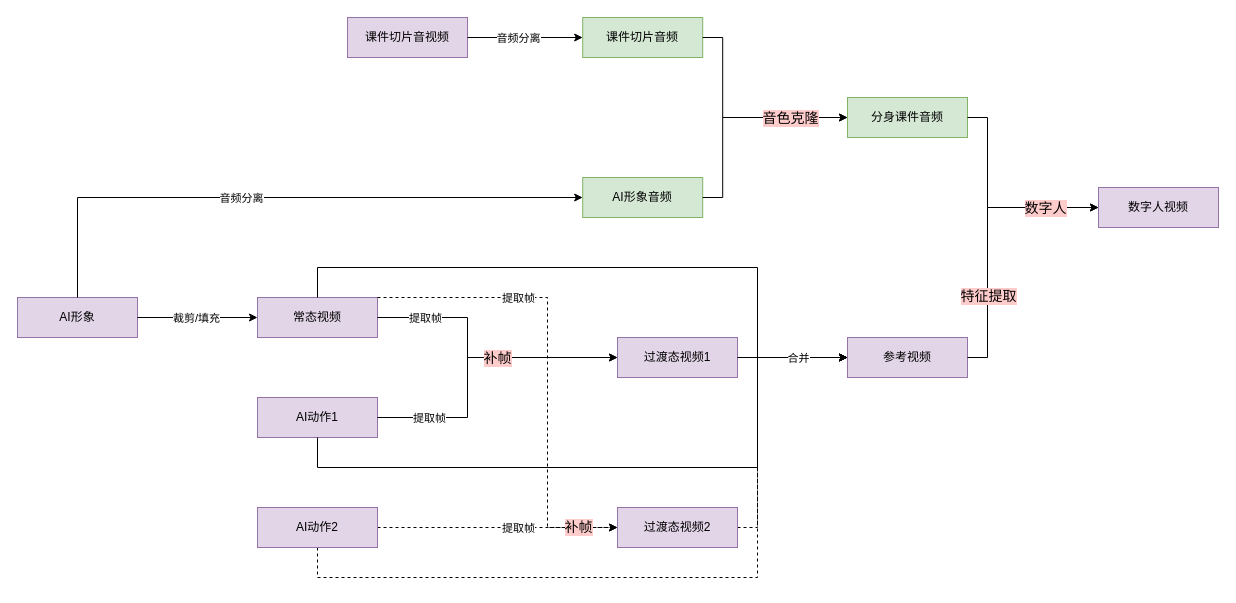
Earlier version of the draw.io diagram page "第 2 页" (2 of 4) of draw.io/数字人1.drawio (straicat/netdisk). Source tidied: cells renumbered, new cells numbered last; positions are measured from the earlier drawing's top-left corner, leaving out a move shared by most shapes. Both pictures are drawn from the tidied source at 100%, with x=0, y=0 at pixel (17, 17).
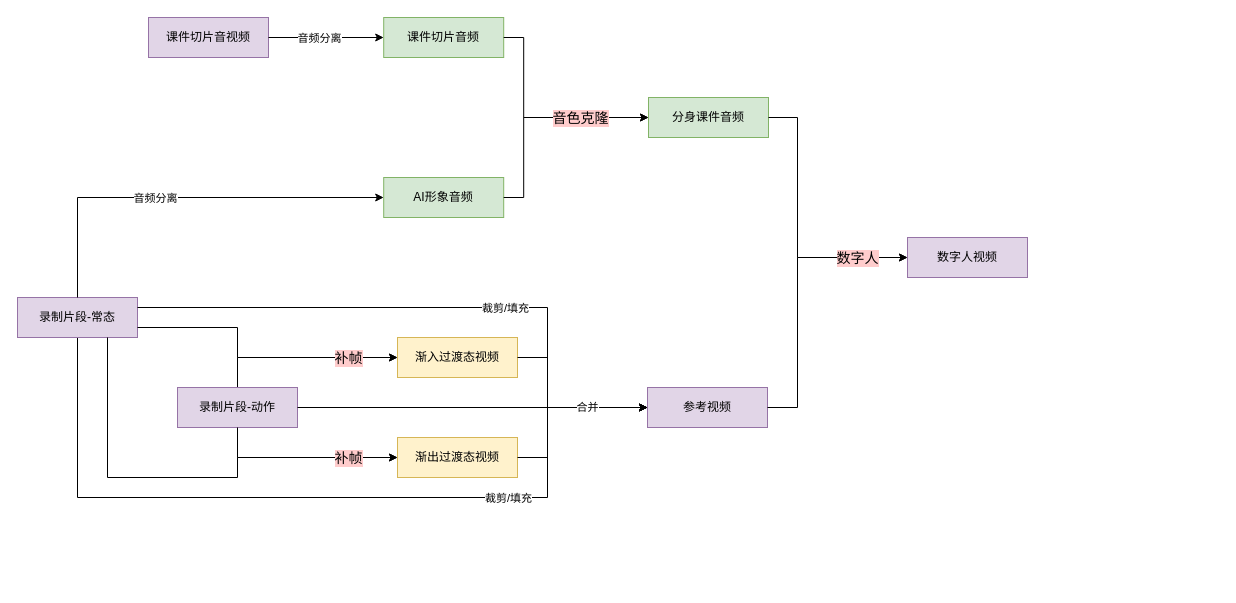
Above is the later version.

Commit message:
更新数字人1.drawio

Change to the diagram source:
```diff
@@
-    <mxCell id="2" style="endArrow=classic;html=1;rounded=0;exitX=1;exitY=0.5;exitDx=0;exitDy=0;entryX=0;entryY=0.5;entryDx=0;entryDy=0;dashed=1;" parent="1" edge="1" source="38" target="17">
-      <mxGeometry relative="1" as="geometry">
-        <Array as="points">
-          <mxPoint x="740" y="510" />
-          <mxPoint x="740" y="340" />
-        </Array>
-      </mxGeometry>
-    </mxCell>
-    <mxCell id="3" style="endArrow=classic;html=1;rounded=0;entryX=0;entryY=0.5;entryDx=0;entryDy=0;exitX=0.5;exitY=1;exitDx=0;exitDy=0;dashed=1;" parent="1" edge="1" source="27" target="17">
-      <mxGeometry relative="1" as="geometry">
-        <Array as="points">
-          <mxPoint x="300" y="560" />
-          <mxPoint x="740" y="560" />
-          <mxPoint x="740" y="340" />
-        </Array>
-      </mxGeometry>
-    </mxCell>
-    <mxCell id="4" style="endArrow=classic;html=1;rounded=0;exitX=1;exitY=0.5;exitDx=0;exitDy=0;entryX=0;entryY=0.5;entryDx=0;entryDy=0;dashed=1;" parent="1" edge="1" source="27" target="38">
-      <mxGeometry relative="1" as="geometry" />
-    </mxCell>
+    <mxCell id="43" style="endArrow=classic;html=1;rounded=0;exitX=0.5;exitY=1;exitDx=0;exitDy=0;entryX=0;entryY=0.5;entryDx=0;entryDy=0;" parent="1" edge="1" source="6" target="17">
+      <mxGeometry relative="1" as="geometry">
+        <Array as="points">
+          <mxPoint x="60" y="480" />
+          <mxPoint x="530" y="480" />
+          <mxPoint x="530" y="390" />
+        </Array>
+      </mxGeometry>
+    </mxCell>
+    <mxCell id="12" style="endArrow=classic;html=1;rounded=0;exitX=0.5;exitY=0;exitDx=0;exitDy=0;entryX=0;entryY=0.5;entryDx=0;entryDy=0;" parent="1" edge="1" source="7" target="8">
+      <mxGeometry relative="1" as="geometry">
+        <Array as="points">
+          <mxPoint x="220" y="340" />
+        </Array>
+      </mxGeometry>
+    </mxCell>
     <mxCell id="5" value="分身课件音频" style="rounded=0;whiteSpace=wrap;html=1;fillColor=#d5e8d4;strokeColor=#82b366;" parent="1" vertex="1">
-      <mxGeometry x="830" y="80" width="120" height="40" as="geometry" />
+      <mxGeometry x="631" y="80" width="120" height="40" as="geometry" />
     </mxCell>
-    <mxCell id="6" value="AI形象" style="rounded=0;whiteSpace=wrap;html=1;fillColor=#e1d5e7;strokeColor=#9673a6;" parent="1" vertex="1">
+    <mxCell id="6" value="录制片段-常态" style="rounded=0;whiteSpace=wrap;html=1;fillColor=#e1d5e7;strokeColor=#9673a6;" parent="1" vertex="1">
       <mxGeometry y="280" width="120" height="40" as="geometry" />
     </mxCell>
-    <mxCell id="7" value="AI动作1" style="rounded=0;whiteSpace=wrap;html=1;fillColor=#e1d5e7;strokeColor=#9673a6;" parent="1" vertex="1">
-      <mxGeometry x="240" y="380" width="120" height="40" as="geometry" />
+    <mxCell id="7" value="录制片段-动作" style="rounded=0;whiteSpace=wrap;html=1;fillColor=#e1d5e7;strokeColor=#9673a6;" parent="1" vertex="1">
+      <mxGeometry x="160" y="370" width="120" height="40" as="geometry" />
     </mxCell>
-    <mxCell id="8" value="过渡态视频1" style="rounded=0;whiteSpace=wrap;html=1;fillColor=#e1d5e7;strokeColor=#9673a6;" parent="1" vertex="1">
-      <mxGeometry x="600" y="320" width="120" height="40" as="geometry" />
+    <mxCell id="8" value="渐入过渡态视频" style="rounded=0;whiteSpace=wrap;html=1;fillColor=#fff2cc;strokeColor=#d6b656;" parent="1" vertex="1">
+      <mxGeometry x="380" y="320" width="120" height="40" as="geometry" />
     </mxCell>
-    <mxCell id="9" value="常态视频" style="rounded=0;whiteSpace=wrap;html=1;fillColor=#e1d5e7;strokeColor=#9673a6;" parent="1" vertex="1">
-      <mxGeometry x="240" y="280" width="120" height="40" as="geometry" />
-    </mxCell>
-    <mxCell id="10" style="endArrow=classic;html=1;rounded=0;exitX=1;exitY=0.5;exitDx=0;exitDy=0;entryX=0;entryY=0.5;entryDx=0;entryDy=0;" parent="1" edge="1" source="6" target="9">
-      <mxGeometry relative="1" as="geometry" />
-    </mxCell>
-    <mxCell id="11" value="裁剪/填充" style="edgeLabel;html=1;align=center;verticalAlign=middle;" parent="10" vertex="1">
-      <mxGeometry x="-0.2" relative="1" as="geometry">
-        <mxPoint x="10" as="offset" />
-      </mxGeometry>
-    </mxCell>
-    <mxCell id="12" style="endArrow=classic;html=1;rounded=0;exitX=1;exitY=0.5;exitDx=0;exitDy=0;entryX=0;entryY=0.5;entryDx=0;entryDy=0;" parent="1" edge="1" source="7" target="8">
-      <mxGeometry relative="1" as="geometry">
-        <Array as="points">
-          <mxPoint x="450" y="400" />
-          <mxPoint x="450" y="340" />
-        </Array>
-      </mxGeometry>
-    </mxCell>
-    <mxCell id="13" value="提取帧" style="edgeLabel;html=1;align=center;verticalAlign=middle;" parent="12" vertex="1">
-      <mxGeometry x="-0.49" y="3" relative="1" as="geometry">
-        <mxPoint x="-26" y="3" as="offset" />
-      </mxGeometry>
-    </mxCell>
-    <mxCell id="14" style="endArrow=classic;html=1;rounded=0;exitX=1;exitY=0.5;exitDx=0;exitDy=0;entryX=0;entryY=0.5;entryDx=0;entryDy=0;" parent="1" edge="1" source="9" target="8">
-      <mxGeometry relative="1" as="geometry">
-        <Array as="points">
-          <mxPoint x="450" y="300" />
-          <mxPoint x="450" y="340" />
-        </Array>
-      </mxGeometry>
-    </mxCell>
-    <mxCell id="15" value="提取帧" style="edgeLabel;html=1;align=center;verticalAlign=middle;" parent="14" vertex="1">
-      <mxGeometry x="-0.8" y="-1" relative="1" as="geometry">
-        <mxPoint x="19" y="-1" as="offset" />
-      </mxGeometry>
-    </mxCell>
-    <mxCell id="16" value="补帧" style="edgeLabel;html=1;align=center;verticalAlign=middle;labelBackgroundColor=#FFCCCC;fontSize=14;" parent="14" vertex="1">
-      <mxGeometry x="0.31" relative="1" as="geometry">
-        <mxPoint x="-24" as="offset" />
-      </mxGeometry>
-    </mxCell>
     <mxCell id="17" value="参考视频" style="rounded=0;whiteSpace=wrap;html=1;fillColor=#e1d5e7;strokeColor=#9673a6;" parent="1" vertex="1">
-      <mxGeometry x="830" y="320" width="120" height="40" as="geometry" />
+      <mxGeometry x="630" y="370" width="120" height="40" as="geometry" />
     </mxCell>
-    <mxCell id="18" style="endArrow=classic;html=1;rounded=0;exitX=0.5;exitY=0;exitDx=0;exitDy=0;entryX=0;entryY=0.5;entryDx=0;entryDy=0;" parent="1" edge="1" source="9" target="17">
-      <mxGeometry relative="1" as="geometry">
-        <Array as="points">
-          <mxPoint x="300" y="250" />
-          <mxPoint x="740" y="250" />
-          <mxPoint x="740" y="340" />
-        </Array>
-      </mxGeometry>
-    </mxCell>
-    <mxCell id="19" style="endArrow=classic;html=1;rounded=0;entryX=0;entryY=0.5;entryDx=0;entryDy=0;exitX=0.5;exitY=1;exitDx=0;exitDy=0;" parent="1" edge="1" source="7" target="17">
-      <mxGeometry relative="1" as="geometry">
-        <Array as="points">
-          <mxPoint x="300" y="450" />
-          <mxPoint x="740" y="450" />
-          <mxPoint x="740" y="340" />
-        </Array>
-      </mxGeometry>
-    </mxCell>
-    <mxCell id="20" style="endArrow=classic;html=1;rounded=0;exitX=1;exitY=0.5;exitDx=0;exitDy=0;entryX=0;entryY=0.5;entryDx=0;entryDy=0;" parent="1" edge="1" source="8" target="17">
-      <mxGeometry relative="1" as="geometry" />
-    </mxCell>
-    <mxCell id="21" value="合并" style="edgeLabel;html=1;align=center;verticalAlign=middle;" parent="20" vertex="1">
-      <mxGeometry x="-0.04" y="3" relative="1" as="geometry">
-        <mxPoint x="7" y="3" as="offset" />
-      </mxGeometry>
-    </mxCell>
     <mxCell id="22" value="数字人视频" style="rounded=0;whiteSpace=wrap;html=1;fillColor=#e1d5e7;strokeColor=#9673a6;" parent="1" vertex="1">
-      <mxGeometry x="1081" y="170" width="120" height="40" as="geometry" />
+      <mxGeometry x="890" y="220" width="120" height="40" as="geometry" />
     </mxCell>
     <mxCell id="23" style="endArrow=classic;html=1;rounded=0;exitX=1;exitY=0.5;exitDx=0;exitDy=0;entryX=0;entryY=0.5;entryDx=0;entryDy=0;" parent="1" edge="1" source="5" target="22">
       <mxGeometry relative="1" as="geometry">
         <Array as="points">
-          <mxPoint x="970" y="100" />
-          <mxPoint x="970" y="190" />
+          <mxPoint x="780" y="100" />
+          <mxPoint x="780" y="240" />
         </Array>
       </mxGeometry>
     </mxCell>
     <mxCell id="24" style="endArrow=classic;html=1;rounded=0;exitX=1;exitY=0.5;exitDx=0;exitDy=0;entryX=0;entryY=0.5;entryDx=0;entryDy=0;" parent="1" edge="1" source="17" target="22">
       <mxGeometry relative="1" as="geometry">
         <Array as="points">
-          <mxPoint x="970" y="340" />
-          <mxPoint x="970" y="190" />
+          <mxPoint x="780" y="390" />
+          <mxPoint x="780" y="240" />
         </Array>
       </mxGeometry>
     </mxCell>
     <mxCell id="25" value="数字人" style="edgeLabel;html=1;align=center;verticalAlign=middle;fontSize=14;labelBackgroundColor=#FFCCCC;" parent="24" vertex="1">
       <mxGeometry x="0.49" y="2" relative="1" as="geometry">
-        <mxPoint x="18" y="2" as="offset" />
+        <mxPoint x="23" y="2" as="offset" />
       </mxGeometry>
     </mxCell>
-    <mxCell id="26" value="特征提取" style="edgeLabel;html=1;align=center;verticalAlign=middle;fontSize=14;labelBackgroundColor=#FFCCCC;" parent="24" vertex="1">
-      <mxGeometry x="-0.46" relative="1" as="geometry">
-        <mxPoint y="-6" as="offset" />
-      </mxGeometry>
-    </mxCell>
-    <mxCell id="27" value="AI动作2" style="rounded=0;whiteSpace=wrap;html=1;fillColor=#e1d5e7;strokeColor=#9673a6;" parent="1" vertex="1">
-      <mxGeometry x="240" y="490" width="120" height="40" as="geometry" />
-    </mxCell>
     <mxCell id="28" value="课件切片音视频" style="rounded=0;whiteSpace=wrap;html=1;fillColor=#e1d5e7;strokeColor=#9673a6;" parent="1" vertex="1">
-      <mxGeometry x="330" width="120" height="40" as="geometry" />
+      <mxGeometry x="131" width="120" height="40" as="geometry" />
     </mxCell>
     <mxCell id="29" value="课件切片音频" style="rounded=0;whiteSpace=wrap;html=1;fillColor=#d5e8d4;strokeColor=#82b366;" parent="1" vertex="1">
-      <mxGeometry x="565.2" width="120" height="40" as="geometry" />
+      <mxGeometry x="366.2" width="120" height="40" as="geometry" />
     </mxCell>
     <mxCell id="30" value="AI形象音频" style="rounded=0;whiteSpace=wrap;html=1;fillColor=#d5e8d4;strokeColor=#82b366;" parent="1" vertex="1">
-      <mxGeometry x="565.2" y="160" width="120" height="40" as="geometry" />
+      <mxGeometry x="366.2" y="160" width="120" height="40" as="geometry" />
     </mxCell>
@@
     <mxCell id="35" style="endArrow=classic;html=1;rounded=0;exitX=1;exitY=0.5;exitDx=0;exitDy=0;entryX=0;entryY=0.5;entryDx=0;entryDy=0;" parent="1" edge="1" source="29" target="5">
       <mxGeometry relative="1" as="geometry">
         <Array as="points">
-          <mxPoint x="705.2" y="20" />
-          <mxPoint x="705.2" y="100" />
+          <mxPoint x="506.2" y="20" />
+          <mxPoint x="506.2" y="100" />
         </Array>
       </mxGeometry>
     </mxCell>
     <mxCell id="36" style="endArrow=classic;html=1;rounded=0;exitX=1;exitY=0.5;exitDx=0;exitDy=0;entryX=0;entryY=0.5;entryDx=0;entryDy=0;" parent="1" edge="1" source="30" target="5">
       <mxGeometry relative="1" as="geometry">
         <Array as="points">
-          <mxPoint x="705.2" y="180" />
-          <mxPoint x="705.2" y="100" />
+          <mxPoint x="506.2" y="180" />
+          <mxPoint x="506.2" y="100" />
         </Array>
       </mxGeometry>
     </mxCell>
     <mxCell id="37" value="音色克隆" style="edgeLabel;html=1;align=center;verticalAlign=middle;fontSize=14;labelBackgroundColor=#FFCCCC;" parent="36" vertex="1">
       <mxGeometry x="0.28" y="1" relative="1" as="geometry">
-        <mxPoint x="23" y="1" as="offset" />
+        <mxPoint x="12" y="1" as="offset" />
       </mxGeometry>
     </mxCell>
-    <mxCell id="38" value="过渡态视频2" style="rounded=0;whiteSpace=wrap;html=1;fillColor=#e1d5e7;strokeColor=#9673a6;" parent="1" vertex="1">
-      <mxGeometry x="600" y="490" width="120" height="40" as="geometry" />
-    </mxCell>
-    <mxCell id="39" style="endArrow=classic;html=1;rounded=0;exitX=1;exitY=0;exitDx=0;exitDy=0;entryX=0;entryY=0.5;entryDx=0;entryDy=0;dashed=1;" parent="1" edge="1" source="9" target="38">
-      <mxGeometry relative="1" as="geometry">
-        <Array as="points">
-          <mxPoint x="530" y="280" />
-          <mxPoint x="530" y="510" />
-        </Array>
-      </mxGeometry>
-    </mxCell>
-    <mxCell id="40" value="提取帧" style="edgeLabel;html=1;align=center;verticalAlign=middle;" parent="39" vertex="1">
-      <mxGeometry x="-0.8" y="-1" relative="1" as="geometry">
-        <mxPoint x="93" y="-1" as="offset" />
-      </mxGeometry>
-    </mxCell>
-    <mxCell id="41" value="补帧" style="edgeLabel;html=1;align=center;verticalAlign=middle;labelBackgroundColor=#FFCCCC;fontSize=14;" parent="39" vertex="1">
-      <mxGeometry x="0.31" relative="1" as="geometry">
-        <mxPoint x="30" y="91" as="offset" />
-      </mxGeometry>
-    </mxCell>
-    <mxCell id="42" value="提取帧" style="edgeLabel;html=1;align=center;verticalAlign=middle;" parent="1" vertex="1">
-      <mxGeometry x="500" y="510" as="geometry" />
-    </mxCell>
+    <mxCell id="44" style="endArrow=classic;html=1;rounded=0;exitX=1;exitY=0.75;exitDx=0;exitDy=0;entryX=0;entryY=0.5;entryDx=0;entryDy=0;" parent="1" edge="1" source="6" target="8">
+      <mxGeometry relative="1" as="geometry">
+        <Array as="points">
+          <mxPoint x="220" y="310" />
+          <mxPoint x="220" y="340" />
+        </Array>
+      </mxGeometry>
+    </mxCell>
+    <mxCell id="45" value="补帧" style="edgeLabel;html=1;align=center;verticalAlign=middle;labelBackgroundColor=#FFCCCC;fontSize=14;" parent="1" vertex="1">
+      <mxGeometry x="330" y="340" as="geometry" />
+    </mxCell>
+    <mxCell id="46" value="渐出过渡态视频" style="rounded=0;whiteSpace=wrap;html=1;fillColor=#fff2cc;strokeColor=#d6b656;" parent="1" vertex="1">
+      <mxGeometry x="380" y="420" width="120" height="40" as="geometry" />
+    </mxCell>
+    <mxCell id="47" style="endArrow=classic;html=1;rounded=0;exitX=0.75;exitY=1;exitDx=0;exitDy=0;entryX=0;entryY=0.5;entryDx=0;entryDy=0;" parent="1" edge="1" source="6" target="46">
+      <mxGeometry relative="1" as="geometry">
+        <Array as="points">
+          <mxPoint x="90" y="460" />
+          <mxPoint x="220" y="460" />
+          <mxPoint x="220" y="440" />
+        </Array>
+      </mxGeometry>
+    </mxCell>
+    <mxCell id="48" style="endArrow=classic;html=1;rounded=0;exitX=0.5;exitY=1;exitDx=0;exitDy=0;entryX=0;entryY=0.5;entryDx=0;entryDy=0;" parent="1" edge="1" source="7" target="46">
+      <mxGeometry relative="1" as="geometry">
+        <Array as="points">
+          <mxPoint x="220" y="440" />
+        </Array>
+      </mxGeometry>
+    </mxCell>
+    <mxCell id="49" value="补帧" style="edgeLabel;html=1;align=center;verticalAlign=middle;labelBackgroundColor=#FFCCCC;fontSize=14;" parent="1" vertex="1">
+      <mxGeometry x="330" y="440" as="geometry" />
+    </mxCell>
+    <mxCell id="50" style="endArrow=classic;html=1;rounded=0;exitX=1;exitY=0.25;exitDx=0;exitDy=0;entryX=0;entryY=0.5;entryDx=0;entryDy=0;" parent="1" edge="1" source="6" target="17">
+      <mxGeometry relative="1" as="geometry">
+        <Array as="points">
+          <mxPoint x="530" y="290" />
+          <mxPoint x="530" y="390" />
+        </Array>
+      </mxGeometry>
+    </mxCell>
+    <mxCell id="51" value="裁剪/填充" style="edgeLabel;html=1;align=center;verticalAlign=middle;" parent="50" vertex="1">
+      <mxGeometry x="-0.21" relative="1" as="geometry">
+        <mxPoint x="126" as="offset" />
+      </mxGeometry>
+    </mxCell>
+    <mxCell id="20" style="endArrow=classic;html=1;rounded=0;exitX=1;exitY=0.5;exitDx=0;exitDy=0;entryX=0;entryY=0.5;entryDx=0;entryDy=0;" parent="1" edge="1" source="8" target="17">
+      <mxGeometry relative="1" as="geometry">
+        <Array as="points">
+          <mxPoint x="530" y="340" />
+          <mxPoint x="530" y="390" />
+        </Array>
+      </mxGeometry>
+    </mxCell>
+    <mxCell id="19" style="endArrow=classic;html=1;rounded=0;exitX=1;exitY=0.5;exitDx=0;exitDy=0;entryX=0;entryY=0.5;entryDx=0;entryDy=0;" parent="1" edge="1" source="7" target="17">
+      <mxGeometry relative="1" as="geometry" />
+    </mxCell>
+    <mxCell id="52" style="endArrow=classic;html=1;rounded=0;exitX=1;exitY=0.5;exitDx=0;exitDy=0;entryX=0;entryY=0.5;entryDx=0;entryDy=0;" parent="1" edge="1" source="46" target="17">
+      <mxGeometry relative="1" as="geometry">
+        <Array as="points">
+          <mxPoint x="530" y="440" />
+          <mxPoint x="530" y="390" />
+        </Array>
+      </mxGeometry>
+    </mxCell>
+    <mxCell id="21" value="合并" style="edgeLabel;html=1;align=center;verticalAlign=middle;" parent="52" vertex="1">
+      <mxGeometry x="0.32" y="1" relative="1" as="geometry" />
+    </mxCell>
+    <mxCell id="53" value="裁剪/填充" style="edgeLabel;html=1;align=center;verticalAlign=middle;" parent="1" vertex="1">
+      <mxGeometry x="490" y="480" as="geometry" />
+    </mxCell>
```
